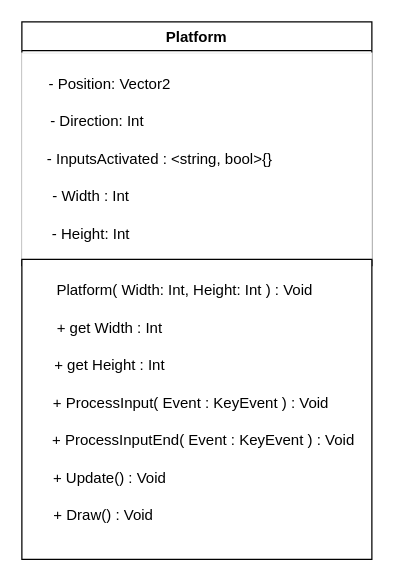
Above: The_Game/UML/platform.drawio in IvanMordovets/IT2_uke1_project (draw.io), before the change. Source tidied: cells renumbered, new cells numbered last; positions are measured from the earlier drawing's top-left corner, leaving out a move shared by most shapes. Both pictures are drawn from the tidied source at 125%, with x=0, y=0 at pixel (21, 21).
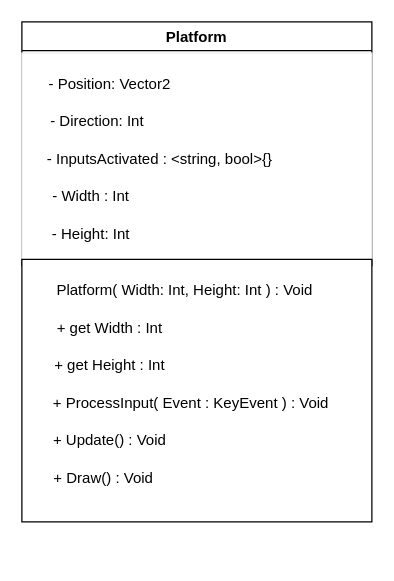
The same page after the edit.

Commit message (it also covers changes not shown here):
Platform Class implementation

Diff of the diagram source:
```diff
@@
 <mxGraphModel>
   <root>
     <mxCell id="0" />
     <mxCell id="1" parent="0" />
     <mxCell id="2" value="Platform" style="swimlane;fillColor=#FFFFFF;" parent="1" vertex="1">
       <mxGeometry width="280" height="195" as="geometry" />
     </mxCell>
     <mxCell id="3" style="whiteSpace=wrap;html=1;strokeColor=#F0F0F0;fillColor=#FFFFFF;" parent="2" vertex="1">
       <mxGeometry y="25" width="280" height="165" as="geometry" />
     </mxCell>
     <mxCell id="4" value="- Position: Vector2&lt;br&gt;" style="text;html=1;align=center;verticalAlign=middle;strokeColor=none;fillColor=#FFFFFF;" parent="2" vertex="1">
       <mxGeometry x="10" y="35" width="120" height="30" as="geometry" />
     </mxCell>
     <mxCell id="5" value="- Direction: Int" style="text;html=1;align=center;verticalAlign=middle;strokeColor=none;fillColor=#FFFFFF;" parent="2" vertex="1">
       <mxGeometry x="10" y="65" width="100" height="30" as="geometry" />
     </mxCell>
     <mxCell id="6" value="- InputsActivated : &amp;lt;string, bool&amp;gt;{}" style="text;html=1;align=center;verticalAlign=middle;strokeColor=none;fillColor=#FFFFFF;" parent="2" vertex="1">
       <mxGeometry x="10" y="95" width="200" height="30" as="geometry" />
     </mxCell>
     <mxCell id="7" value="- Width : Int" style="text;html=1;align=center;verticalAlign=middle;strokeColor=none;fillColor=#FFFFFF;" parent="2" vertex="1">
       <mxGeometry x="15" y="125" width="80" height="30" as="geometry" />
     </mxCell>
     <mxCell id="8" value="- Height: Int" style="text;html=1;align=center;verticalAlign=middle;strokeColor=none;fillColor=#FFFFFF;" parent="2" vertex="1">
       <mxGeometry x="10" y="155" width="90" height="30" as="geometry" />
     </mxCell>
     <mxCell id="9" style="rounded=0;whiteSpace=wrap;html=1;" parent="1" vertex="1">
-      <mxGeometry y="190" width="280" height="240" as="geometry" />
+      <mxGeometry y="190" width="280" height="210" as="geometry" />
     </mxCell>
     <mxCell id="10" value="Platform( Width: Int, Height: Int ) : Void" style="text;html=1;align=center;verticalAlign=middle;strokeColor=none;fillColor=none;" parent="1" vertex="1">
       <mxGeometry x="15" y="200" width="230" height="30" as="geometry" />
     </mxCell>
     <mxCell id="11" value="+ ProcessInput( Event : KeyEvent ) : Void" style="text;html=1;align=center;verticalAlign=middle;strokeColor=none;fillColor=none;" parent="1" vertex="1">
       <mxGeometry x="15" y="290" width="240" height="30" as="geometry" />
     </mxCell>
     <mxCell id="12" value="+ Update() : Void" style="text;html=1;align=center;verticalAlign=middle;strokeColor=none;fillColor=none;" parent="1" vertex="1">
-      <mxGeometry x="15" y="350" width="110" height="30" as="geometry" />
+      <mxGeometry x="15" y="320" width="110" height="30" as="geometry" />
     </mxCell>
     <mxCell id="13" value="+ Draw() : Void" style="text;html=1;align=center;verticalAlign=middle;strokeColor=none;fillColor=none;" parent="1" vertex="1">
-      <mxGeometry x="15" y="380" width="100" height="30" as="geometry" />
+      <mxGeometry x="15" y="350" width="100" height="30" as="geometry" />
     </mxCell>
     <mxCell id="14" value="+ get Width : Int" style="text;html=1;align=center;verticalAlign=middle;strokeColor=none;fillColor=none;" parent="1" vertex="1">
       <mxGeometry x="15" y="230" width="110" height="30" as="geometry" />
     </mxCell>
     <mxCell id="15" value="+ get Height : Int" style="text;html=1;align=center;verticalAlign=middle;strokeColor=none;fillColor=none;" parent="1" vertex="1">
       <mxGeometry x="15" y="260" width="110" height="30" as="geometry" />
     </mxCell>
-    <mxCell id="16" value="+ ProcessInputEnd( Event : KeyEvent ) : Void" style="text;html=1;align=center;verticalAlign=middle;strokeColor=none;fillColor=none;" parent="1" vertex="1">
-      <mxGeometry x="10" y="320" width="270" height="30" as="geometry" />
-    </mxCell>
   </root>
 </mxGraphModel>
```
